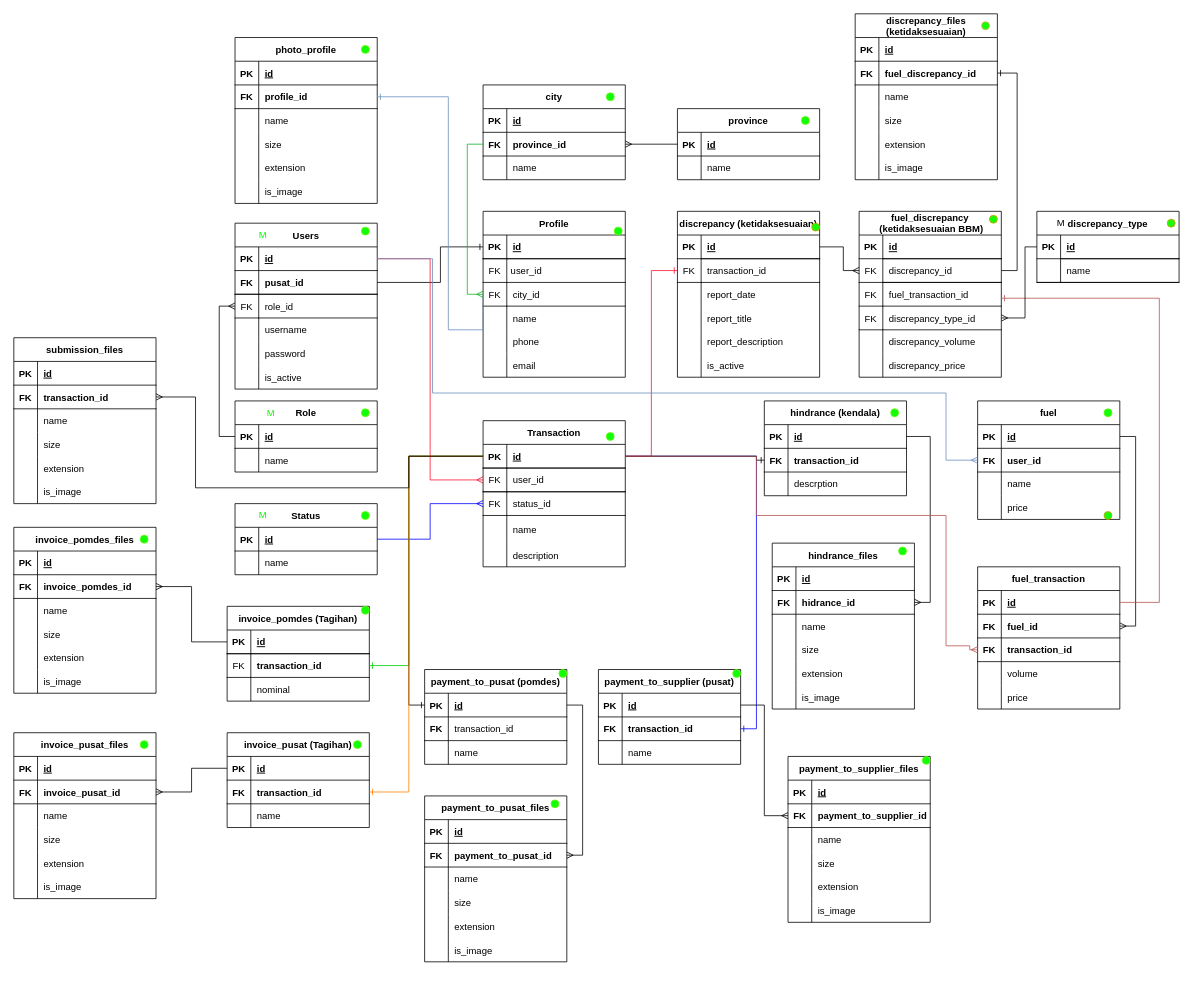
Earlier version of the draw.io diagram PomdesDB.drawio (Faris072/pomdes). Source tidied: cells renumbered, new cells numbered last; positions are measured from the earlier drawing's top-left corner, leaving out a move shared by most shapes. Both pictures are drawn from the tidied source at 79%, with x=0, y=0 at pixel (13, 13).
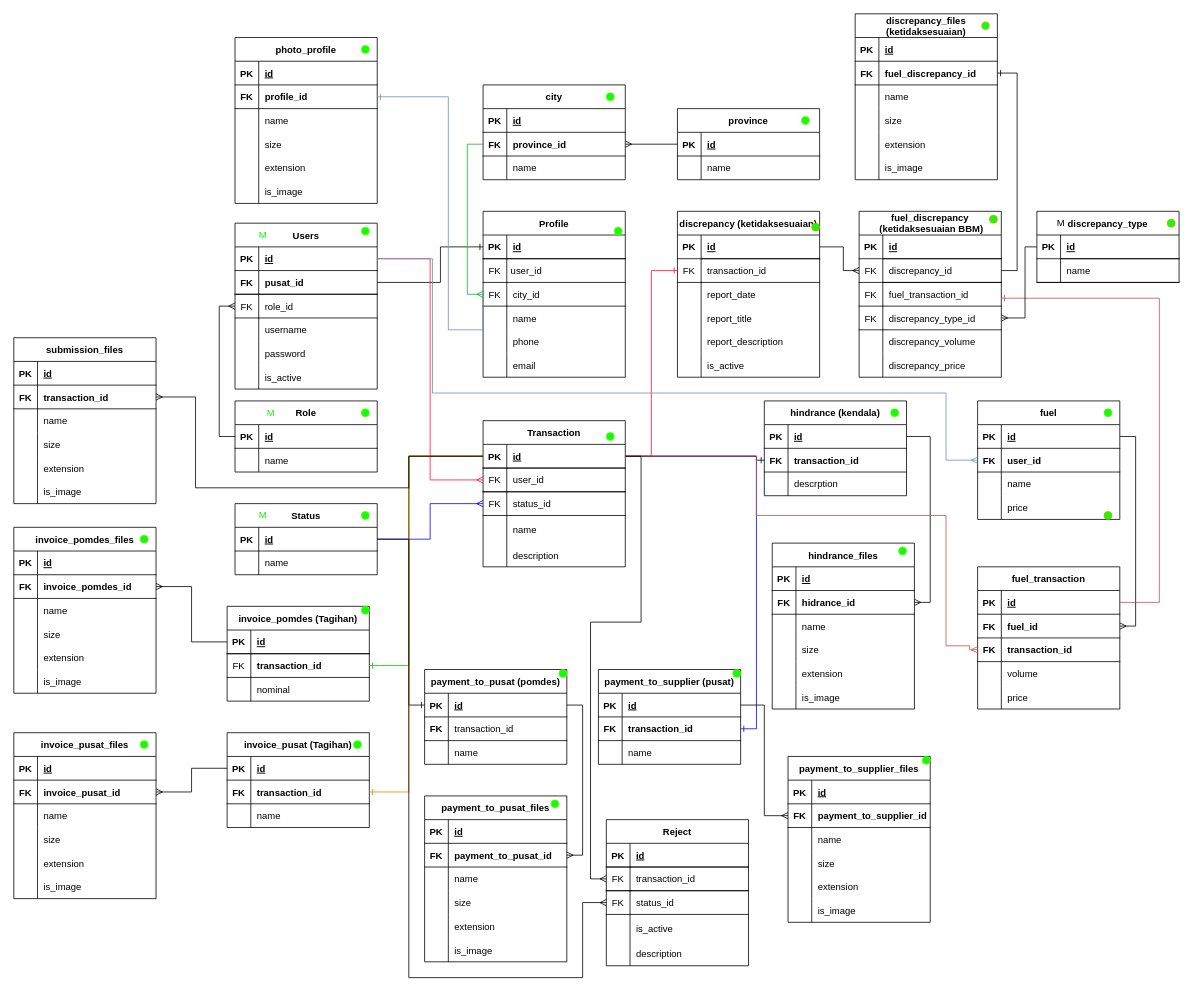
Above is the later version.

Unchanged cells that the change refers to:
```xml
<mxCell id="51" style="shape=tableRow;horizontal=0;startSize=0;swimlaneHead=0;swimlaneBody=0;fillColor=none;points=[[0,0.5],[1,0.5]];portConstraint=eastwest;top=0;left=0;right=0;bottom=1;" parent="50" vertex="1">
  <mxGeometry y="30" width="180" height="30" as="geometry" />
</mxCell>
<mxCell id="68" style="shape=tableRow;horizontal=0;startSize=0;swimlaneHead=0;swimlaneBody=0;fillColor=none;points=[[0,0.5],[1,0.5]];portConstraint=eastwest;top=0;left=0;right=0;bottom=1;" parent="67" vertex="1">
  <mxGeometry y="30" width="180" height="30" as="geometry" />
</mxCell>
```

Diff of the diagram source:
```diff
@@
+    <mxCell id="417" value="Reject" style="shape=table;startSize=30;childLayout=tableLayout;rowLines=0;fontStyle=1;align=center;" parent="1" vertex="1">
+      <mxGeometry x="750" y="1020" width="180" height="185" as="geometry" />
+    </mxCell>
+    <mxCell id="418" style="shape=tableRow;horizontal=0;startSize=0;swimlaneHead=0;swimlaneBody=0;fillColor=none;top=0;left=0;right=0;bottom=1;" parent="417" vertex="1">
+      <mxGeometry y="30" width="180" height="30" as="geometry" />
+    </mxCell>
+    <mxCell id="419" value="PK" style="shape=partialRectangle;fillColor=none;top=0;left=0;bottom=0;right=0;fontStyle=1;overflow=hidden;" parent="418" vertex="1">
+      <mxGeometry width="30" height="30" as="geometry" />
+    </mxCell>
+    <mxCell id="420" value="id" style="shape=partialRectangle;fillColor=none;top=0;left=0;bottom=0;right=0;align=left;spacingLeft=6;fontStyle=5;overflow=hidden;" parent="418" vertex="1">
+      <mxGeometry x="30" width="150" height="30" as="geometry" />
+    </mxCell>
+    <mxCell id="421" style="shape=tableRow;horizontal=0;startSize=0;swimlaneHead=0;swimlaneBody=0;fillColor=none;points=[[0,0.5],[1,0.5]];portConstraint=eastwest;top=0;left=0;right=0;bottom=0;" parent="417" vertex="1">
+      <mxGeometry y="60" width="180" height="30" as="geometry" />
+    </mxCell>
+    <mxCell id="422" value="FK" style="shape=partialRectangle;fillColor=none;top=1;left=0;bottom=1;right=0;overflow=hidden;" parent="421" vertex="1">
+      <mxGeometry width="30" height="30" as="geometry" />
+    </mxCell>
+    <mxCell id="423" value="transaction_id" style="shape=partialRectangle;fillColor=none;top=1;left=0;bottom=1;right=0;align=left;spacingLeft=6;overflow=hidden;" parent="421" vertex="1">
+      <mxGeometry x="30" width="150" height="30" as="geometry" />
+    </mxCell>
+    <mxCell id="424" style="shape=tableRow;horizontal=0;startSize=0;swimlaneHead=0;swimlaneBody=0;fillColor=none;points=[[0,0.5],[1,0.5]];portConstraint=eastwest;top=0;left=0;right=0;bottom=0;" parent="417" vertex="1">
+      <mxGeometry y="90" width="180" height="30" as="geometry" />
+    </mxCell>
+    <mxCell id="425" value="FK" style="shape=partialRectangle;fillColor=none;top=1;left=0;bottom=1;right=0;overflow=hidden;" parent="424" vertex="1">
+      <mxGeometry width="30" height="30" as="geometry" />
+    </mxCell>
+    <mxCell id="426" value="status_id" style="shape=partialRectangle;fillColor=none;top=1;left=0;bottom=1;right=0;align=left;spacingLeft=6;overflow=hidden;" parent="424" vertex="1">
+      <mxGeometry x="30" width="150" height="30" as="geometry" />
+    </mxCell>
+    <mxCell id="427" style="shape=tableRow;horizontal=0;startSize=0;swimlaneHead=0;swimlaneBody=0;fillColor=none;top=0;left=0;right=0;bottom=0;" parent="417" vertex="1">
+      <mxGeometry y="120" width="180" height="35" as="geometry" />
+    </mxCell>
+    <mxCell id="428" style="shape=partialRectangle;fillColor=none;top=0;left=0;bottom=0;right=0;overflow=hidden;" parent="427" vertex="1">
+      <mxGeometry width="30" height="35" as="geometry" />
+    </mxCell>
+    <mxCell id="429" value="is_active" style="shape=partialRectangle;fillColor=none;top=0;left=0;bottom=0;right=0;align=left;spacingLeft=6;overflow=hidden;" parent="427" vertex="1">
+      <mxGeometry x="30" width="150" height="35" as="geometry" />
+    </mxCell>
+    <mxCell id="430" style="shape=tableRow;horizontal=0;startSize=0;swimlaneHead=0;swimlaneBody=0;fillColor=none;top=0;left=0;right=0;bottom=0;" parent="417" vertex="1">
+      <mxGeometry y="155" width="180" height="30" as="geometry" />
+    </mxCell>
+    <mxCell id="431" style="shape=partialRectangle;fillColor=none;top=0;left=0;bottom=0;right=0;overflow=hidden;" parent="430" vertex="1">
+      <mxGeometry width="30" height="30" as="geometry" />
+    </mxCell>
+    <mxCell id="432" value="description" style="shape=partialRectangle;fillColor=none;top=0;left=0;bottom=0;right=0;align=left;spacingLeft=6;overflow=hidden;" parent="430" vertex="1">
+      <mxGeometry x="30" width="150" height="30" as="geometry" />
+    </mxCell>
+    <mxCell id="433" style="edgeStyle=orthogonalEdgeStyle;rounded=0;jettySize=auto;html=1;entryX=0;entryY=0.5;entryDx=0;entryDy=0;endArrow=ERmany;endFill=0;" parent="1" edge="1" source="51" target="421">
+      <mxGeometry relative="1" as="geometry">
+        <Array as="points">
+          <mxPoint x="794" y="560" />
+          <mxPoint x="794" y="770" />
+          <mxPoint x="730" y="770" />
+          <mxPoint x="730" y="1095" />
+        </Array>
+      </mxGeometry>
+    </mxCell>
+    <mxCell id="434" style="edgeStyle=orthogonalEdgeStyle;rounded=0;jettySize=auto;html=1;entryX=0;entryY=0.5;entryDx=0;entryDy=0;endArrow=ERmany;endFill=0;" parent="1" edge="1" source="68" target="424">
+      <mxGeometry relative="1" as="geometry">
+        <Array as="points">
+          <mxPoint x="500" y="665" />
+          <mxPoint x="500" y="1220" />
+          <mxPoint x="720" y="1220" />
+          <mxPoint x="720" y="1125" />
+        </Array>
+      </mxGeometry>
+    </mxCell>
```
